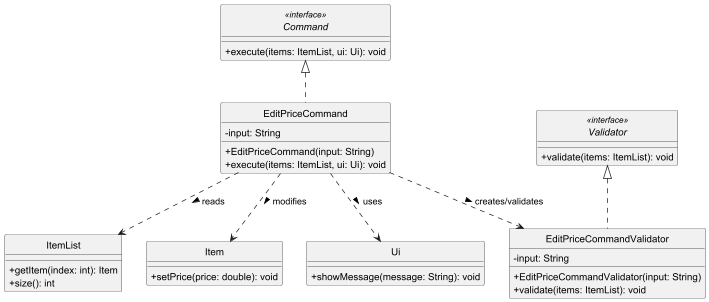
adbsw/tp keeps this PlantUML diagram as docs/diagrams/EditPriceCommandClassDiagram.png. Above is the earlier version.
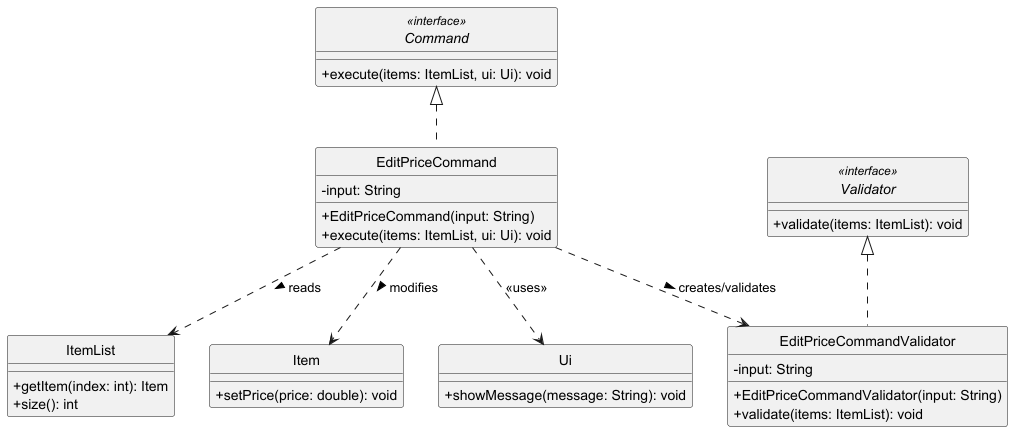
After the change.

Change to the diagram source:
```diff
@@ -42,6 +42,6 @@
 EditPriceCommand ..> EditPriceCommandValidator : creates/validates >
 EditPriceCommand ..> ItemList : reads >
 EditPriceCommand ..> Item : modifies >
-EditPriceCommand ..> Ui : uses >
+EditPriceCommand ..> Ui : <<uses>>
 
 @enduml
```
